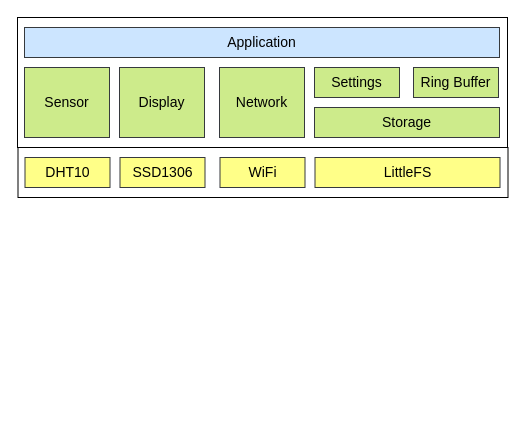
Earlier version of the draw.io diagram page "firmware-architecture" (2 of 3) of weather-station.drawio (rosmianto/project-weather-station). Source tidied: cells renumbered, new cells numbered last; positions are measured from the earlier drawing's top-left corner, leaving out a move shared by most shapes. Both pictures are drawn from the tidied source at 100%, with x=0, y=0 at pixel (17, 17).
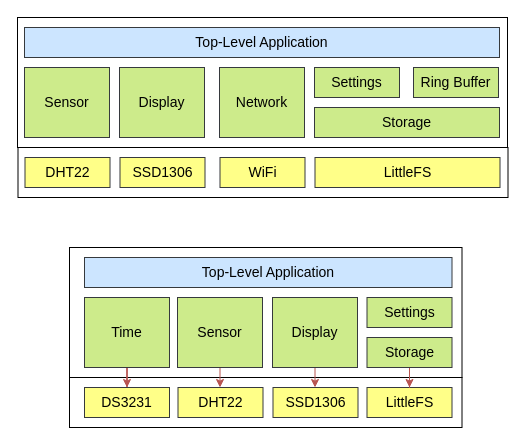
The same diagram, later.

Diff of the diagram source:
```diff
@@
+    <mxCell id="14" style="rounded=0;whiteSpace=wrap;html=1;fillColor=none;" parent="1" vertex="1">
+      <mxGeometry x="0.5" y="130" width="490" height="50" as="geometry" />
+    </mxCell>
+    <mxCell id="15" style="rounded=0;whiteSpace=wrap;html=1;fillColor=none;" parent="1" vertex="1">
+      <mxGeometry x="52" y="360" width="392.5" height="50" as="geometry" />
+    </mxCell>
@@
-    <mxCell id="3" value="DHT10" style="rounded=0;whiteSpace=wrap;html=1;fillColor=#ffff88;strokeColor=#36393d;fontStyle=0;fontSize=14;" parent="1" vertex="1">
+    <mxCell id="3" value="DHT22" style="rounded=0;whiteSpace=wrap;html=1;fillColor=#ffff88;strokeColor=#36393d;fontStyle=0;fontSize=14;" parent="1" vertex="1">
       <mxGeometry x="7.5" y="140" width="85" height="30" as="geometry" />
     </mxCell>
@@
-    <mxCell id="11" value="Application" style="rounded=0;whiteSpace=wrap;html=1;fillColor=#cce5ff;strokeColor=#36393d;fontStyle=0;fontSize=14;" parent="1" vertex="1">
+    <mxCell id="11" value="Top-Level Application" style="rounded=0;whiteSpace=wrap;html=1;fillColor=#cce5ff;strokeColor=#36393d;fontStyle=0;fontSize=14;" parent="1" vertex="1">
       <mxGeometry x="7" y="10" width="475" height="30" as="geometry" />
     </mxCell>
@@
-    <mxCell id="14" style="rounded=0;whiteSpace=wrap;html=1;fillColor=none;" parent="1" vertex="1">
-      <mxGeometry x="0.5" y="130" width="490" height="50" as="geometry" />
-    </mxCell>
+    <mxCell id="16" style="rounded=0;whiteSpace=wrap;html=1;fillColor=none;" parent="1" vertex="1">
+      <mxGeometry x="52" y="230" width="392.5" height="130" as="geometry" />
+    </mxCell>
+    <mxCell id="17" value="DHT22" style="rounded=0;whiteSpace=wrap;html=1;fillColor=#ffff88;strokeColor=#36393d;fontStyle=0;fontSize=14;" parent="1" vertex="1">
+      <mxGeometry x="160.5" y="370" width="85" height="30" as="geometry" />
+    </mxCell>
+    <mxCell id="18" value="LittleFS" style="rounded=0;whiteSpace=wrap;html=1;fillColor=#ffff88;strokeColor=#36393d;fontStyle=0;fontSize=14;" parent="1" vertex="1">
+      <mxGeometry x="349.5" y="370" width="85" height="30" as="geometry" />
+    </mxCell>
+    <mxCell id="19" value="SSD1306" style="rounded=0;whiteSpace=wrap;html=1;fillColor=#ffff88;strokeColor=#36393d;fontStyle=0;fontSize=14;" parent="1" vertex="1">
+      <mxGeometry x="255.5" y="370" width="85" height="30" as="geometry" />
+    </mxCell>
+    <mxCell id="20" style="edgeStyle=orthogonalEdgeStyle;rounded=0;jettySize=auto;html=1;entryX=0.5;entryY=0;entryDx=0;entryDy=0;fillColor=#f8cecc;strokeColor=#b85450;" parent="1" edge="1" source="21" target="17">
+      <mxGeometry relative="1" as="geometry" />
+    </mxCell>
+    <mxCell id="21" value="Sensor" style="rounded=0;whiteSpace=wrap;html=1;fillColor=#cdeb8b;strokeColor=#36393d;fontStyle=0;fontSize=14;" parent="1" vertex="1">
+      <mxGeometry x="160" y="280" width="85" height="70" as="geometry" />
+    </mxCell>
+    <mxCell id="22" style="edgeStyle=orthogonalEdgeStyle;rounded=0;jettySize=auto;html=1;entryX=0.5;entryY=0;entryDx=0;entryDy=0;fillColor=#f8cecc;strokeColor=#b85450;" parent="1" edge="1" source="23" target="18">
+      <mxGeometry relative="1" as="geometry" />
+    </mxCell>
+    <mxCell id="23" value="Storage" style="rounded=0;whiteSpace=wrap;html=1;fillColor=#cdeb8b;strokeColor=#36393d;fontStyle=0;fontSize=14;" parent="1" vertex="1">
+      <mxGeometry x="349.5" y="320" width="85" height="30" as="geometry" />
+    </mxCell>
+    <mxCell id="24" style="edgeStyle=orthogonalEdgeStyle;rounded=0;jettySize=auto;html=1;entryX=0.5;entryY=0;entryDx=0;entryDy=0;fillColor=#f8cecc;strokeColor=#b85450;" parent="1" edge="1" source="25" target="19">
+      <mxGeometry relative="1" as="geometry" />
+    </mxCell>
+    <mxCell id="25" value="Display" style="rounded=0;whiteSpace=wrap;html=1;fillColor=#cdeb8b;strokeColor=#36393d;fontStyle=0;fontSize=14;" parent="1" vertex="1">
+      <mxGeometry x="255" y="280" width="85" height="70" as="geometry" />
+    </mxCell>
+    <mxCell id="26" value="Top-Level Application" style="rounded=0;whiteSpace=wrap;html=1;fillColor=#cce5ff;strokeColor=#36393d;fontStyle=0;fontSize=14;" parent="1" vertex="1">
+      <mxGeometry x="67" y="240" width="367.5" height="30" as="geometry" />
+    </mxCell>
+    <mxCell id="27" value="Settings" style="rounded=0;whiteSpace=wrap;html=1;fillColor=#cdeb8b;strokeColor=#36393d;fontStyle=0;fontSize=14;" parent="1" vertex="1">
+      <mxGeometry x="349.5" y="280" width="85" height="30" as="geometry" />
+    </mxCell>
+    <mxCell id="28" style="edgeStyle=orthogonalEdgeStyle;rounded=0;jettySize=auto;html=1;entryX=0.5;entryY=0;entryDx=0;entryDy=0;fillColor=#f8cecc;strokeColor=#b85450;" parent="1" edge="1" source="29" target="30">
+      <mxGeometry relative="1" as="geometry" />
+    </mxCell>
+    <mxCell id="29" value="Time" style="rounded=0;whiteSpace=wrap;html=1;fillColor=#cdeb8b;strokeColor=#36393d;fontStyle=0;fontSize=14;" parent="1" vertex="1">
+      <mxGeometry x="67" y="280" width="85" height="70" as="geometry" />
+    </mxCell>
+    <mxCell id="30" value="DS3231" style="rounded=0;whiteSpace=wrap;html=1;fillColor=#ffff88;strokeColor=#36393d;fontStyle=0;fontSize=14;" parent="1" vertex="1">
+      <mxGeometry x="67" y="370" width="85" height="30" as="geometry" />
+    </mxCell>
```
